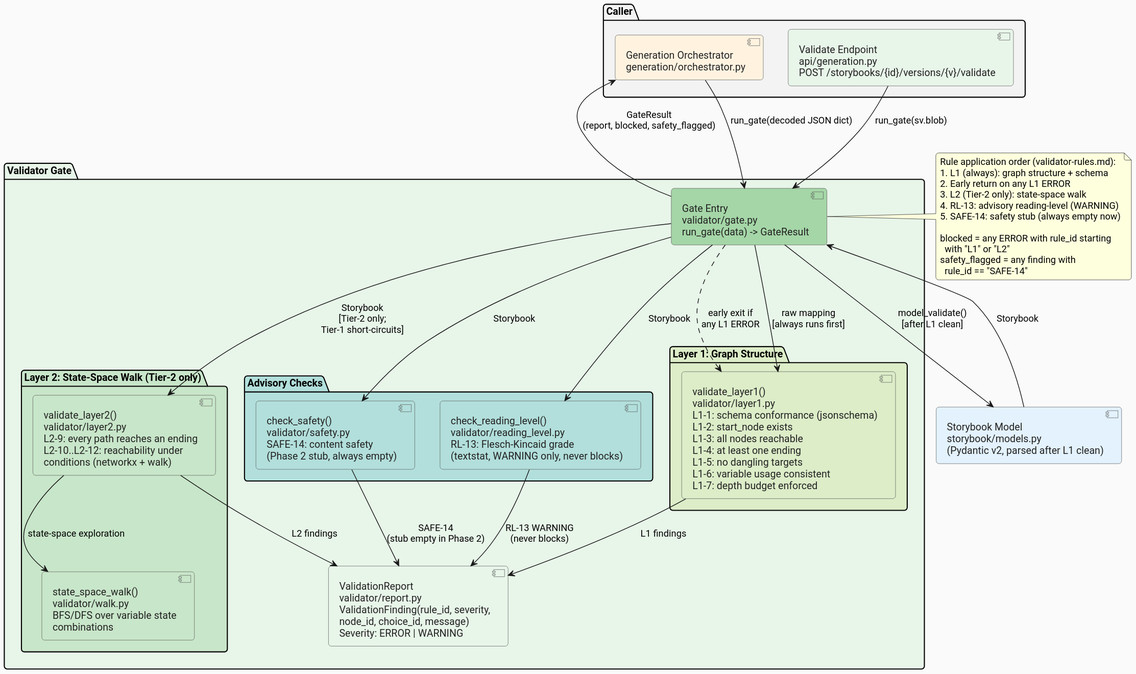
ByronWilliamsCPA/cyo-adventure keeps this PlantUML diagram as docs/architecture/diagrams/component-validator.svg. Above is the earlier version.
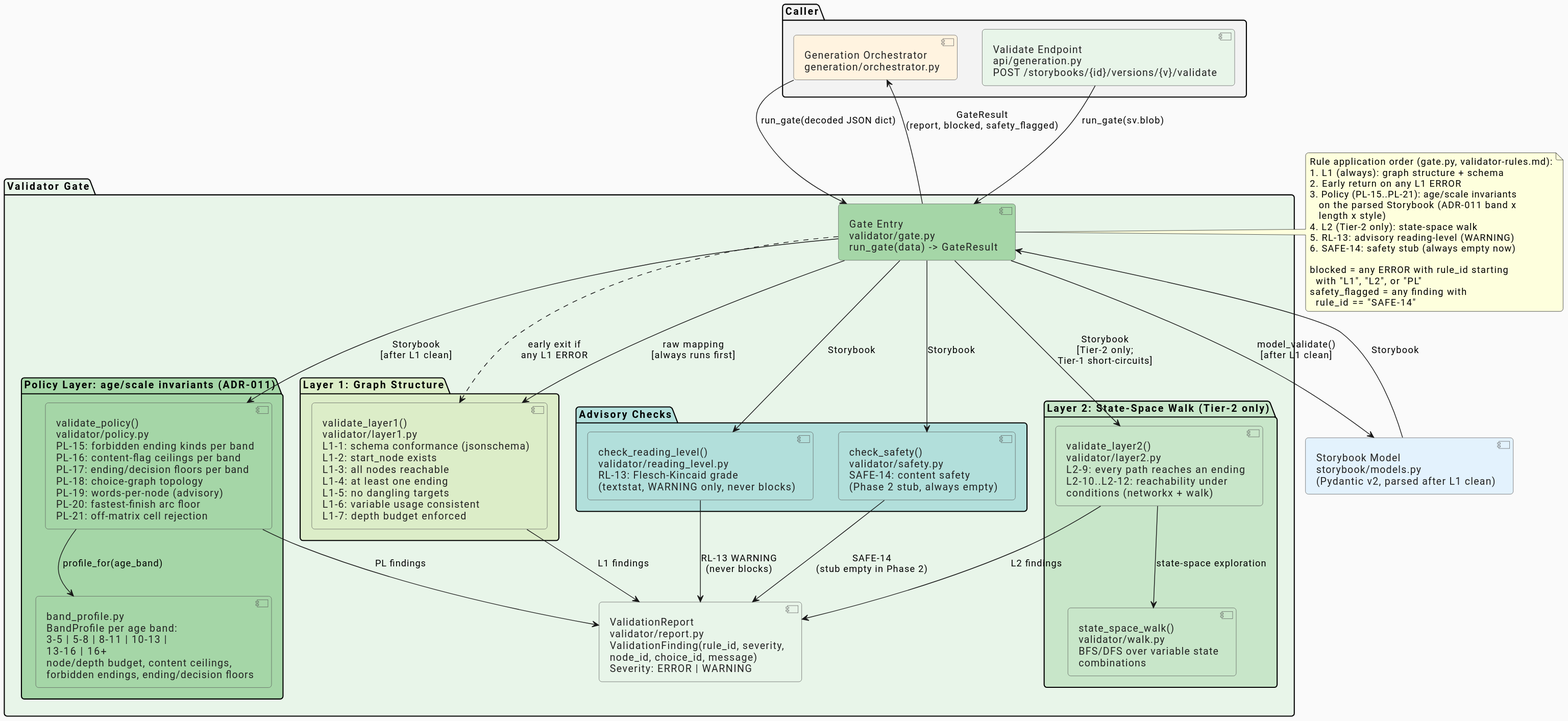
Above is the later version.

Diff of the diagram source:
```diff
@@ -16,6 +16,12 @@
 
   package "Layer 1: Graph Structure" #DCEDC8 {
     component "validate_layer1()\nvalidator/layer1.py\nL1-1: schema conformance (jsonschema)\nL1-2: start_node exists\nL1-3: all nodes reachable\nL1-4: at least one ending\nL1-5: no dangling targets\nL1-6: variable usage consistent\nL1-7: depth budget enforced" as layer1 #DCEDC8
+  }
+
+  package "Policy Layer: age/scale invariants (ADR-011)" #A5D6A7 {
+    component "validate_policy()\nvalidator/policy.py\nPL-15: forbidden ending kinds per band\nPL-16: content-flag ceilings per band\nPL-17: ending/decision floors per band\nPL-18: choice-graph topology\nPL-19: words-per-node (advisory)\nPL-20: fastest-finish arc floor\nPL-21: off-matrix cell rejection" as policy #A5D6A7
+
+    component "band_profile.py\nBandProfile per age band:\n3-5 | 5-8 | 8-11 | 10-13 |\n13-16 | 16+\nnode/depth budget, content ceilings,\nforbidden endings, ending/decision floors" as band_profile #A5D6A7
   }
 
   package "Layer 2: State-Space Walk (Tier-2 only)" #C8E6C9 {
@@ -48,6 +54,9 @@
 gate ..> layer1 : "early exit if\nany L1 ERROR"
 gate --> storybook_model : "model_validate()\n[after L1 clean]"
 storybook_model --> gate : "Storybook"
+gate --> policy : "Storybook\n[after L1 clean]"
+policy --> band_profile : "profile_for(age_band)"
+policy --> report : "PL findings"
 gate --> layer2 : "Storybook\n[Tier-2 only;\nTier-1 short-circuits]"
 layer2 --> walk_comp : "state-space exploration"
 layer2 --> report : "L2 findings"
@@ -59,15 +68,18 @@
 gate --> orch_caller : "GateResult\n(report, blocked, safety_flagged)"
 
 note right of gate
-  Rule application order (validator-rules.md):
+  Rule application order (gate.py, validator-rules.md):
   1. L1 (always): graph structure + schema
   2. Early return on any L1 ERROR
-  3. L2 (Tier-2 only): state-space walk
-  4. RL-13: advisory reading-level (WARNING)
-  5. SAFE-14: safety stub (always empty now)
+  3. Policy (PL-15..PL-21): age/scale invariants
+     on the parsed Storybook (ADR-011 band x
+     length x style)
+  4. L2 (Tier-2 only): state-space walk
+  5. RL-13: advisory reading-level (WARNING)
+  6. SAFE-14: safety stub (always empty now)
 
   blocked = any ERROR with rule_id starting
-    with "L1" or "L2"
+    with "L1", "L2", or "PL"
   safety_flagged = any finding with
     rule_id == "SAFE-14"
 end note
```
